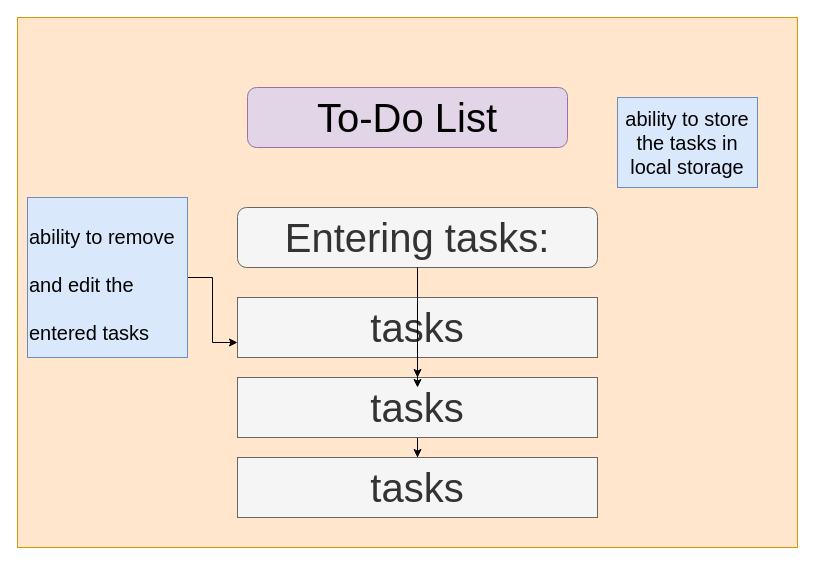
This is Untitled Diagram.drawio from Mohmmad-zh/project-1, a draw.io file, before an edit. Source tidied: cells renumbered, new cells numbered last; positions are measured from the earlier drawing's top-left corner, leaving out a move shared by most shapes. Both pictures are drawn from the tidied source at 100%, with x=0, y=0 at pixel (17, 17).
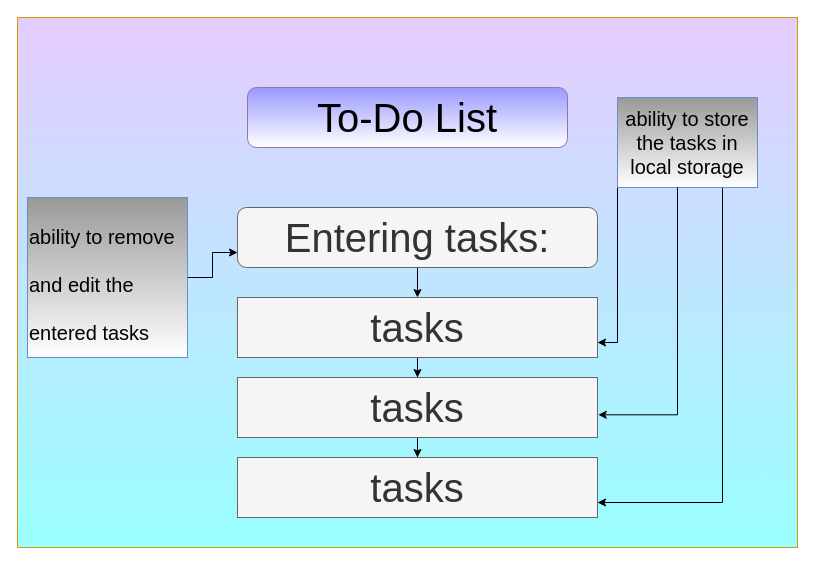
Above is the later version.

Unchanged cells that the change refers to:
```xml
<mxCell id="5" value="tasks" style="rounded=0;whiteSpace=wrap;html=1;fontSize=40;fillColor=#f5f5f5;fontColor=#333333;strokeColor=#666666;" parent="1" vertex="1">
  <mxGeometry x="220" y="280" width="360" height="60" as="geometry" />
</mxCell>
<mxCell id="7" value="tasks" style="rounded=0;whiteSpace=wrap;html=1;fontSize=40;fillColor=#f5f5f5;fontColor=#333333;strokeColor=#666666;" parent="1" vertex="1">
  <mxGeometry x="220" y="360" width="360" height="60" as="geometry" />
</mxCell>
<mxCell id="8" value="tasks" style="rounded=0;whiteSpace=wrap;html=1;fontSize=40;fillColor=#f5f5f5;fontColor=#333333;strokeColor=#666666;" parent="1" vertex="1">
  <mxGeometry x="220" y="440" width="360" height="60" as="geometry" />
</mxCell>
<mxCell id="9" value="Entering tasks:" style="rounded=1;whiteSpace=wrap;html=1;fontSize=40;fillColor=#f5f5f5;strokeColor=#666666;fontColor=#333333;" parent="1" vertex="1">
  <mxGeometry x="220" y="190" width="360" height="60" as="geometry" />
</mxCell>
```

What changed in the source:
```diff
@@
-    <mxCell id="2" style="rounded=0;whiteSpace=wrap;html=1;fillColor=#ffe6cc;strokeColor=#d79b00;" parent="1" vertex="1">
+    <mxCell id="2" style="rounded=0;whiteSpace=wrap;html=1;fillColor=#E5CCFF;strokeColor=#d79b00;gradientColor=#99FFFF;" parent="1" vertex="1">
       <mxGeometry width="780" height="530" as="geometry" />
     </mxCell>
-    <mxCell id="3" value="&lt;font style=&quot;font-size: 40px&quot;&gt;To-Do List&lt;/font&gt;" style="rounded=1;whiteSpace=wrap;html=1;fillColor=#e1d5e7;strokeColor=#9673a6;" parent="1" vertex="1">
+    <mxCell id="3" value="&lt;font style=&quot;font-size: 40px&quot;&gt;To-Do List&lt;/font&gt;" style="rounded=1;whiteSpace=wrap;html=1;fillColor=#9999FF;strokeColor=#9673a6;gradientColor=#ffffff;" parent="1" vertex="1">
       <mxGeometry x="230" y="70" width="320" height="60" as="geometry" />
     </mxCell>
@@
+    <mxCell id="14" style="edgeStyle=orthogonalEdgeStyle;rounded=0;jettySize=auto;html=1;fontSize=20;entryX=0.5;entryY=0;entryDx=0;entryDy=0;" parent="1" edge="1" source="9" target="5">
+      <mxGeometry relative="1" as="geometry" />
+    </mxCell>
@@
-    <mxCell id="10" style="endArrow=classic;html=1;rounded=0;fontSize=40;exitX=0.5;exitY=1;exitDx=0;exitDy=0;" parent="1" edge="1" source="9">
-      <mxGeometry relative="1" as="geometry">
-        <mxPoint x="400" y="370" as="targetPoint" />
-        <Array as="points">
-          <mxPoint x="400" y="280" />
-          <mxPoint x="400" y="370" />
-        </Array>
-      </mxGeometry>
-    </mxCell>
-    <mxCell id="11" style="edgeStyle=orthogonalEdgeStyle;rounded=0;jettySize=auto;html=1;entryX=0;entryY=0.75;entryDx=0;entryDy=0;fontSize=40;" parent="1" edge="1" source="12" target="5">
+    <mxCell id="11" style="edgeStyle=orthogonalEdgeStyle;rounded=0;jettySize=auto;html=1;entryX=0;entryY=0.75;entryDx=0;entryDy=0;fontSize=40;" parent="1" edge="1" source="12" target="9">
       <mxGeometry relative="1" as="geometry" />
     </mxCell>
-    <mxCell id="12" value="&lt;font style=&quot;font-size: 20px&quot;&gt;ability to remove and edit the entered tasks&lt;/font&gt;" style="text;html=1;strokeColor=#6c8ebf;fillColor=#dae8fc;align=left;verticalAlign=middle;whiteSpace=wrap;rounded=0;fontSize=40;" parent="1" vertex="1">
+    <mxCell id="12" value="&lt;font style=&quot;font-size: 20px&quot;&gt;ability to remove and edit the entered tasks&lt;/font&gt;" style="text;html=1;strokeColor=#6c8ebf;fillColor=#999999;align=left;verticalAlign=middle;whiteSpace=wrap;rounded=0;fontSize=40;gradientColor=#ffffff;" parent="1" vertex="1">
       <mxGeometry x="10" y="180" width="160" height="160" as="geometry" />
     </mxCell>
+    <mxCell id="15" style="edgeStyle=orthogonalEdgeStyle;rounded=0;jettySize=auto;html=1;entryX=1;entryY=0.75;entryDx=0;entryDy=0;fontSize=20;" parent="1" edge="1" source="13" target="5">
+      <mxGeometry relative="1" as="geometry">
+        <Array as="points">
+          <mxPoint x="600" y="325" />
+        </Array>
+      </mxGeometry>
+    </mxCell>
+    <mxCell id="16" style="edgeStyle=orthogonalEdgeStyle;rounded=0;jettySize=auto;html=1;exitX=0.75;exitY=1;exitDx=0;exitDy=0;entryX=1;entryY=0.75;entryDx=0;entryDy=0;fontSize=20;" parent="1" edge="1" source="13" target="8">
+      <mxGeometry relative="1" as="geometry" />
+    </mxCell>
-    <mxCell id="13" value="ability to store the tasks in local storage" style="text;html=1;strokeColor=#6c8ebf;fillColor=#dae8fc;align=center;verticalAlign=middle;whiteSpace=wrap;rounded=0;fontSize=20;" parent="1" vertex="1">
+    <mxCell id="13" value="ability to store the tasks in local storage" style="text;html=1;strokeColor=#6c8ebf;fillColor=#999999;align=center;verticalAlign=middle;whiteSpace=wrap;rounded=0;fontSize=20;gradientColor=#ffffff;" parent="1" vertex="1">
       <mxGeometry x="600" y="80" width="140" height="90" as="geometry" />
     </mxCell>
+    <mxCell id="17" style="edgeStyle=orthogonalEdgeStyle;rounded=0;jettySize=auto;html=1;fontSize=20;entryX=1.002;entryY=0.622;entryDx=0;entryDy=0;entryPerimeter=0;" parent="1" edge="1" target="7">
+      <mxGeometry relative="1" as="geometry">
+        <mxPoint x="660" y="170" as="sourcePoint" />
+        <Array as="points">
+          <mxPoint x="660" y="170" />
+          <mxPoint x="660" y="397" />
+        </Array>
+      </mxGeometry>
+    </mxCell>
```
